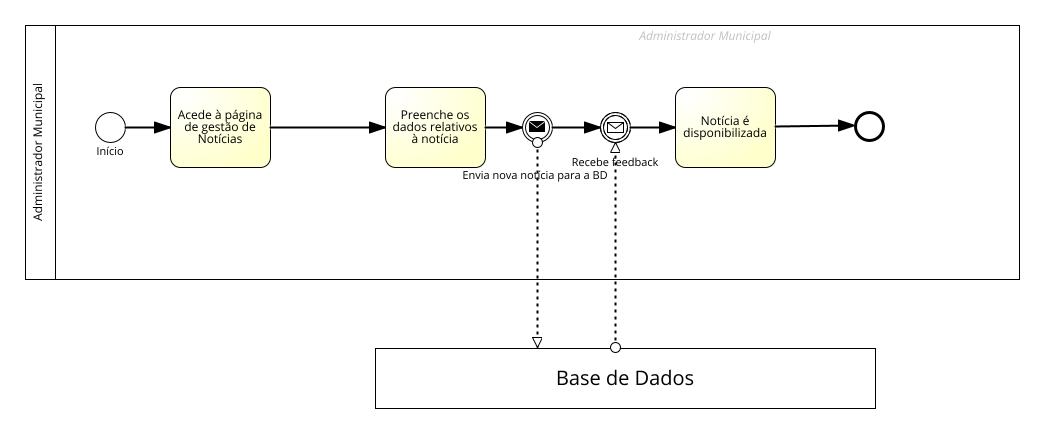
Before: BPMNs/Noticias/Images/RFN1.png, a diagram exported from BPMN (Municip-io-org/Municip.io). Its source is kept beside it as BPMNs/Noticias/RFN1.bpmn. Ids are renumbered.
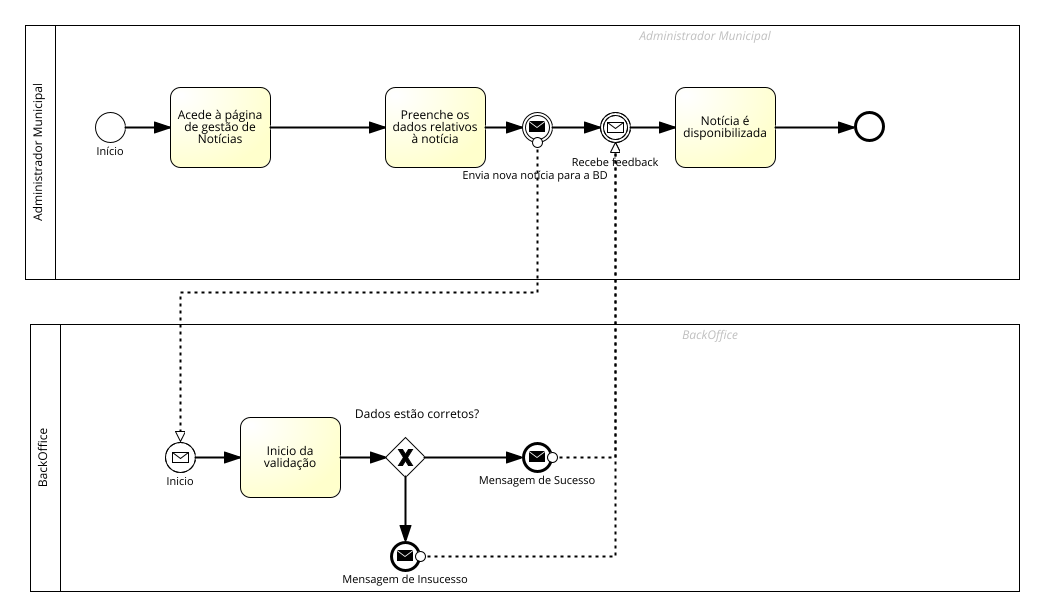
The same file after the commit.

The edit, as a diff of the source:
```diff
@@ -1,3 +1,3 @@
-<?xml version="1.0" encoding="UTF-8"?><definitions xmlns="http://www.omg.org/spec/BPMN/20100524/MODEL" xmlns:bpmndi="http://www.omg.org/spec/BPMN/20100524/DI" xmlns:omgdc="http://www.omg.org/spec/DD/20100524/DC" xmlns:omgdi="http://www.omg.org/spec/DD/20100524/DI" xmlns:signavio="http://www.signavio.com" xmlns:xsi="http://www.w3.org/2001/XMLSchema-instance" exporter="Signavio Process Editor, http://www.signavio.com" exporterVersion="17.9.0" expressionLanguage="http://www.w3.org/TR/XPath" id="sid-4dd7f2a3-5fba-40e6-9d5b-0bfffac87da0" targetNamespace="http://www.signavio.com" typeLanguage="http://www.w3.org/2001/XMLSchema" xsi:schemaLocation="http://www.omg.org/spec/BPMN/20100524/MODEL http://www.omg.org/spec/BPMN/2.0/20100501/BPMN20.xsd">
-   <collaboration id="sid-befba8bf-5fcd-445f-8a0f-0e3a3229c1b9">
+<?xml version="1.0" encoding="UTF-8"?><definitions xmlns="http://www.omg.org/spec/BPMN/20100524/MODEL" xmlns:bpmndi="http://www.omg.org/spec/BPMN/20100524/DI" xmlns:omgdc="http://www.omg.org/spec/DD/20100524/DC" xmlns:omgdi="http://www.omg.org/spec/DD/20100524/DI" xmlns:signavio="http://www.signavio.com" xmlns:xsi="http://www.w3.org/2001/XMLSchema-instance" exporter="Signavio Process Editor, http://www.signavio.com" exporterVersion="17.15.0" expressionLanguage="http://www.w3.org/TR/XPath" id="sid-4dd7f2a3-5fba-40e6-9d5b-0bfffac87da0" targetNamespace="http://www.signavio.com" typeLanguage="http://www.w3.org/2001/XMLSchema" xsi:schemaLocation="http://www.omg.org/spec/BPMN/20100524/MODEL http://www.omg.org/spec/BPMN/2.0/20100501/BPMN20.xsd">
+   <collaboration id="sid-9cc5a86e-957e-40d1-94e0-1dd216500241">
       <extensionElements>
@@ -7,3 +7,3 @@
          <signavio:signavioDiagramMetaData metaKey="meta-processowner" metaValue=""/>
-         <signavio:signavioDiagramMetaData metaKey="revisionid" metaValue="48b14fd833584cec989cf34111dc3d10"/>
+         <signavio:signavioDiagramMetaData metaKey="revisionid" metaValue="f65141044eaf41f7bc8026ab637b868c"/>
       </extensionElements>
@@ -15,3 +15,3 @@
       </participant>
-      <participant id="sid-15A93E86-8013-4BD7-87D2-C8F8936AB323" name="Base de Dados">
+      <participant id="sid-1D8AAA29-5FD7-411A-911C-3F0BC414E410" name="BackOffice" processRef="sid-4F59E17D-ADA7-4A76-8ED3-42C73874C2F3">
          <extensionElements>
@@ -21,3 +21,3 @@
       </participant>
-      <messageFlow id="sid-EBE7E81C-15A4-450B-9451-69A68AFB99DA" name="" sourceRef="sid-9E582533-90B9-41A1-8901-E6BDBCE4A633" targetRef="sid-15A93E86-8013-4BD7-87D2-C8F8936AB323">
+      <messageFlow id="sid-52DB5330-09F2-4551-9A05-E32FDBAF5CE8" name="" sourceRef="sid-C3E43F00-D56E-43E7-B4CF-5E26D0BE2E45" targetRef="sid-C0E6F5C5-2F8D-4272-8E2C-BD72884A7BB3">
          <extensionElements>
@@ -26,3 +26,8 @@
       </messageFlow>
-      <messageFlow id="sid-6E976A24-0670-4A5E-9B4C-0463D40D8926" name="" sourceRef="sid-15A93E86-8013-4BD7-87D2-C8F8936AB323" targetRef="sid-C0E6F5C5-2F8D-4272-8E2C-BD72884A7BB3">
+      <messageFlow id="sid-FA801DFB-2E76-4CAE-A629-0805C1F96A35" name="" sourceRef="sid-EAE5A2DC-1B7B-4450-8DF0-A23198B89A9F" targetRef="sid-C0E6F5C5-2F8D-4272-8E2C-BD72884A7BB3">
+         <extensionElements>
+            <signavio:signavioMetaData metaKey="bordercolor" metaValue="#000000"/>
+         </extensionElements>
+      </messageFlow>
+      <messageFlow id="sid-42C02140-3A0E-4F8E-8497-8DB7FD48AA2F" name="" sourceRef="sid-9E582533-90B9-41A1-8901-E6BDBCE4A633" targetRef="sid-2E618EE3-78A3-4D63-A00E-4643110E3C3F">
          <extensionElements>
@@ -34,3 +39,3 @@
       <extensionElements/>
-      <laneSet id="sid-d7ab1929-beec-4f9a-96b1-ccf376e1db17">
+      <laneSet id="sid-f82eef96-c8cb-464b-9ee0-f6afa729652d">
          <lane id="sid-E4AD8B47-EEA8-4F4E-BC90-DE4E019B9808">
@@ -112,3 +117,3 @@
          <outgoing>sid-6F3B26FF-E325-491F-9874-9B5EAC8F8341</outgoing>
-         <messageEventDefinition id="sid-8267a8fe-ce0e-451d-8782-9006a7dd5152"/>
+         <messageEventDefinition id="sid-2bf0d807-23e0-4bd1-9d09-e1691ab9fbdd"/>
       </intermediateThrowEvent>
@@ -122,3 +127,3 @@
          <outgoing>sid-8077326F-C190-4495-81CE-3D5E703B6A17</outgoing>
-         <messageEventDefinition id="sid-6eba6a02-4f67-463b-aadc-75fff97c4d70"/>
+         <messageEventDefinition id="sid-f7611881-3b27-4fcb-a4cf-8009b32fcb17"/>
       </intermediateCatchEvent>
@@ -155,7 +160,93 @@
    </process>
-   <bpmndi:BPMNDiagram id="sid-1a5de22c-a1db-4c84-b700-d263250e3480">
-      <bpmndi:BPMNPlane bpmnElement="sid-befba8bf-5fcd-445f-8a0f-0e3a3229c1b9" id="sid-ab571615-1aa9-4a92-83a3-7edfb950d6ac">
+   <process id="sid-4F59E17D-ADA7-4A76-8ED3-42C73874C2F3" isClosed="false" isExecutable="false" name="BackOffice" processType="None">
+      <extensionElements/>
+      <laneSet id="sid-5ea70b03-3103-42c8-9442-d953c45947d6">
+         <lane id="sid-8BC972DD-B984-45D2-B999-EED3C5859F39">
+            <extensionElements>
+               <signavio:signavioMetaData metaKey="bgcolor" metaValue=""/>
+               <signavio:signavioMetaData metaKey="bordercolor" metaValue="#000000"/>
+            </extensionElements>
+            <flowNodeRef>sid-2E618EE3-78A3-4D63-A00E-4643110E3C3F</flowNodeRef>
+            <flowNodeRef>sid-559E89D5-FB93-4569-A2A3-2576FEB60EC5</flowNodeRef>
+            <flowNodeRef>sid-D6AE2467-7190-42B9-A4A8-3A5F07F9198B</flowNodeRef>
+            <flowNodeRef>sid-EAE5A2DC-1B7B-4450-8DF0-A23198B89A9F</flowNodeRef>
+            <flowNodeRef>sid-C3E43F00-D56E-43E7-B4CF-5E26D0BE2E45</flowNodeRef>
+         </lane>
+      </laneSet>
+      <startEvent id="sid-2E618EE3-78A3-4D63-A00E-4643110E3C3F" isInterrupting="true" name="Inicio">
+         <extensionElements>
+            <signavio:signavioMetaData metaKey="bgcolor" metaValue="#ffffff"/>
+            <signavio:signavioMetaData metaKey="bordercolor" metaValue="#000000"/>
+            <signavio:signavioMetaData metaKey="vorgngerprozesse" metaValue=""/>
+         </extensionElements>
+         <outgoing>sid-E054F3E1-8D85-4368-82F9-8597814AB3B3</outgoing>
+         <messageEventDefinition id="sid-0348dc8d-3495-4a46-940b-44472b129637"/>
+      </startEvent>
+      <task completionQuantity="1" id="sid-559E89D5-FB93-4569-A2A3-2576FEB60EC5" isForCompensation="false" name="Inicio da validação" startQuantity="1">
+         <extensionElements>
+            <signavio:signavioMetaData metaKey="bgcolor" metaValue="#ffffcc"/>
+            <signavio:signavioMetaData metaKey="bordercolor" metaValue="#000000"/>
+            <signavio:signavioMetaData metaKey="erteiltfreigabe" metaValue=""/>
+            <signavio:signavioMetaData metaKey="meta-risks" metaValue=""/>
+            <signavio:signavioMetaData metaKey="wirdkonsultiert" metaValue=""/>
+            <signavio:signavioMetaData metaKey="externaldocuments" metaValue=""/>
+            <signavio:signavioMetaData metaKey="wirdinformiert" metaValue=""/>
+         </extensionElements>
+         <incoming>sid-E054F3E1-8D85-4368-82F9-8597814AB3B3</incoming>
+         <outgoing>sid-29D03E64-7370-4141-8FF1-251C6E3097A3</outgoing>
+      </task>
+      <exclusiveGateway gatewayDirection="Diverging" id="sid-D6AE2467-7190-42B9-A4A8-3A5F07F9198B" name="Dados estão corretos? ">
+         <extensionElements>
+            <signavio:signavioMetaData metaKey="bgcolor" metaValue="#ffffff"/>
+            <signavio:signavioMetaData metaKey="bordercolor" metaValue="#000000"/>
+            <signavio:signavioLabel align="center" ref="text_name" valign="middle" x="32.0" y="-23.0"/>
+         </extensionElements>
+         <incoming>sid-29D03E64-7370-4141-8FF1-251C6E3097A3</incoming>
+         <outgoing>sid-2CDF2DBF-9C93-4164-BB17-A6128BB78B6B</outgoing>
+         <outgoing>sid-D1425B68-AC43-446C-A056-CA93436EDA39</outgoing>
+      </exclusiveGateway>
+      <endEvent id="sid-EAE5A2DC-1B7B-4450-8DF0-A23198B89A9F" name="Mensagem de Insucesso">
+         <extensionElements>
+            <signavio:signavioMetaData metaKey="bgcolor" metaValue="#ffffff"/>
+            <signavio:signavioMetaData metaKey="bordercolor" metaValue="#000000"/>
+            <signavio:signavioMetaData metaKey="nachfolgerprozesse" metaValue=""/>
+         </extensionElements>
+         <incoming>sid-D1425B68-AC43-446C-A056-CA93436EDA39</incoming>
+         <messageEventDefinition id="sid-9426e1b2-d34e-4135-b76b-ae626ee7bb2d"/>
+      </endEvent>
+      <endEvent id="sid-C3E43F00-D56E-43E7-B4CF-5E26D0BE2E45" name="Mensagem de Sucesso">
+         <extensionElements>
+            <signavio:signavioMetaData metaKey="bgcolor" metaValue="#ffffff"/>
+            <signavio:signavioMetaData metaKey="bordercolor" metaValue="#000000"/>
+            <signavio:signavioMetaData metaKey="nachfolgerprozesse" metaValue="[]"/>
+         </extensionElements>
+         <incoming>sid-2CDF2DBF-9C93-4164-BB17-A6128BB78B6B</incoming>
+         <messageEventDefinition id="sid-89e7a726-98af-4efc-864e-a44ca428c8c8"/>
+      </endEvent>
+      <sequenceFlow id="sid-E054F3E1-8D85-4368-82F9-8597814AB3B3" name="" sourceRef="sid-2E618EE3-78A3-4D63-A00E-4643110E3C3F" targetRef="sid-559E89D5-FB93-4569-A2A3-2576FEB60EC5">
+         <extensionElements>
+            <signavio:signavioMetaData metaKey="bordercolor" metaValue="#000000"/>
+         </extensionElements>
+      </sequenceFlow>
+      <sequenceFlow id="sid-29D03E64-7370-4141-8FF1-251C6E3097A3" name="" sourceRef="sid-559E89D5-FB93-4569-A2A3-2576FEB60EC5" targetRef="sid-D6AE2467-7190-42B9-A4A8-3A5F07F9198B">
+         <extensionElements>
+            <signavio:signavioMetaData metaKey="bordercolor" metaValue="#000000"/>
+         </extensionElements>
+      </sequenceFlow>
+      <sequenceFlow id="sid-2CDF2DBF-9C93-4164-BB17-A6128BB78B6B" name="" sourceRef="sid-D6AE2467-7190-42B9-A4A8-3A5F07F9198B" targetRef="sid-C3E43F00-D56E-43E7-B4CF-5E26D0BE2E45">
+         <extensionElements>
+            <signavio:signavioMetaData metaKey="bordercolor" metaValue="#000000"/>
+         </extensionElements>
+      </sequenceFlow>
+      <sequenceFlow id="sid-D1425B68-AC43-446C-A056-CA93436EDA39" name="" sourceRef="sid-D6AE2467-7190-42B9-A4A8-3A5F07F9198B" targetRef="sid-EAE5A2DC-1B7B-4450-8DF0-A23198B89A9F">
+         <extensionElements>
+            <signavio:signavioMetaData metaKey="bordercolor" metaValue="#000000"/>
+         </extensionElements>
+      </sequenceFlow>
+   </process>
+   <bpmndi:BPMNDiagram id="sid-61d4dc5f-7f9a-467b-93ab-9d64dc6daf9b">
+      <bpmndi:BPMNPlane bpmnElement="sid-9cc5a86e-957e-40d1-94e0-1dd216500241" id="sid-27796240-0d3f-40e7-9525-e0a1720c162f">
          <bpmndi:BPMNShape bpmnElement="sid-C733514D-823D-4819-8732-989D73A9776D" id="sid-C733514D-823D-4819-8732-989D73A9776D_gui" isHorizontal="true">
             <omgdc:Bounds height="253.99999925494194" width="993.9999983012676" x="160.0" y="257.0"/>
-            <bpmndi:BPMNLabel labelStyle="sid-7a4869b2-22f7-4485-a570-0b68f04a115f">
+            <bpmndi:BPMNLabel labelStyle="sid-d43920dd-a756-4f05-9c01-660a9e5bf487">
                <omgdc:Bounds height="128.05714416503906" width="12.000000000000028" x="165.00000037252903" y="319.97142754495144"/>
@@ -163,6 +254,6 @@
          </bpmndi:BPMNShape>
-         <bpmndi:BPMNShape bpmnElement="sid-15A93E86-8013-4BD7-87D2-C8F8936AB323" id="sid-15A93E86-8013-4BD7-87D2-C8F8936AB323_gui" isHorizontal="true">
-            <omgdc:Bounds height="60.0" width="500.0" x="510.0" y="580.0"/>
-            <bpmndi:BPMNLabel labelStyle="sid-7a4869b2-22f7-4485-a570-0b68f04a115f">
-               <omgdc:Bounds height="20.0" width="136.28570556640625" x="691.8571472167969" y="597.0"/>
+         <bpmndi:BPMNShape bpmnElement="sid-1D8AAA29-5FD7-411A-911C-3F0BC414E410" id="sid-1D8AAA29-5FD7-411A-911C-3F0BC414E410_gui" isHorizontal="true">
+            <omgdc:Bounds height="266.99999974668026" width="989.000010371208" x="164.99998793005966" y="555.9999992549419"/>
+            <bpmndi:BPMNLabel labelStyle="sid-d43920dd-a756-4f05-9c01-660a9e5bf487">
+               <omgdc:Bounds height="55.54286193847656" width="12.0" x="169.99998805671953" y="661.7285681590438"/>
             </bpmndi:BPMNLabel>
@@ -174,3 +265,3 @@
             <omgdc:Bounds height="80.0" width="100.0" x="305.0" y="319.0"/>
-            <bpmndi:BPMNLabel labelStyle="sid-7a4869b2-22f7-4485-a570-0b68f04a115f">
+            <bpmndi:BPMNLabel labelStyle="sid-d43920dd-a756-4f05-9c01-660a9e5bf487">
                <omgdc:Bounds height="36.0" width="83.31428527832031" x="313.34285736083984" y="339.0"/>
@@ -180,3 +271,3 @@
             <omgdc:Bounds height="80.0" width="100.0" x="520.0" y="319.0"/>
-            <bpmndi:BPMNLabel labelStyle="sid-7a4869b2-22f7-4485-a570-0b68f04a115f">
+            <bpmndi:BPMNLabel labelStyle="sid-d43920dd-a756-4f05-9c01-660a9e5bf487">
                <omgdc:Bounds height="36.0" width="82.5428466796875" x="528.7285766601562" y="339.0"/>
@@ -186,3 +277,3 @@
             <omgdc:Bounds height="80.0" width="100.0" x="809.9999879300597" y="319.0"/>
-            <bpmndi:BPMNLabel labelStyle="sid-7a4869b2-22f7-4485-a570-0b68f04a115f">
+            <bpmndi:BPMNLabel labelStyle="sid-d43920dd-a756-4f05-9c01-660a9e5bf487">
                <omgdc:Bounds height="24.0" width="77.9142837524414" x="821.042846053839" y="345.0"/>
@@ -192,3 +283,3 @@
             <omgdc:Bounds height="30.0" width="30.0" x="230.0" y="344.0"/>
-            <bpmndi:BPMNLabel labelStyle="sid-4d5ecaea-7382-4eea-9d76-63d17b220264">
+            <bpmndi:BPMNLabel labelStyle="sid-a6185a93-1085-4789-8838-0c16b7a42d24">
                <omgdc:Bounds height="11.0" width="29.700000762939453" x="230.14999961853027" y="376.0"/>
@@ -197,3 +288,3 @@
          <bpmndi:BPMNShape bpmnElement="sid-9B4BFE13-EBF1-44BE-9351-EF4F2C384482" id="sid-9B4BFE13-EBF1-44BE-9351-EF4F2C384482_gui">
-            <omgdc:Bounds height="26.0" width="26.0" x="989.9999852478506" y="344.0"/>
+            <omgdc:Bounds height="30.0" width="30.0" x="989.9999852478506" y="344.0"/>
          </bpmndi:BPMNShape>
@@ -201,3 +292,3 @@
             <omgdc:Bounds height="30.0" width="30.0" x="656.9999902099372" y="343.9999948740006"/>
-            <bpmndi:BPMNLabel labelStyle="sid-4d5ecaea-7382-4eea-9d76-63d17b220264">
+            <bpmndi:BPMNLabel labelStyle="sid-a6185a93-1085-4789-8838-0c16b7a42d24">
                <omgdc:Bounds height="11.0" width="146.37857055664062" x="596.8107049316169" y="399.9999948740006"/>
@@ -207,4 +298,37 @@
             <omgdc:Bounds height="30.0" width="30.0" x="734.9999879300597" y="344.0"/>
-            <bpmndi:BPMNLabel labelStyle="sid-4d5ecaea-7382-4eea-9d76-63d17b220264">
+            <bpmndi:BPMNLabel labelStyle="sid-a6185a93-1085-4789-8838-0c16b7a42d24">
                <omgdc:Bounds height="11.0" width="82.7357177734375" x="708.6321290433409" y="387.0"/>
+            </bpmndi:BPMNLabel>
+         </bpmndi:BPMNShape>
+         <bpmndi:BPMNShape bpmnElement="sid-8BC972DD-B984-45D2-B999-EED3C5859F39" id="sid-8BC972DD-B984-45D2-B999-EED3C5859F39_gui" isHorizontal="true">
+            <omgdc:Bounds height="266.99999974668026" width="959.000010371208" x="194.99998793005966" y="555.9999992549419"/>
+         </bpmndi:BPMNShape>
+         <bpmndi:BPMNShape bpmnElement="sid-2E618EE3-78A3-4D63-A00E-4643110E3C3F" id="sid-2E618EE3-78A3-4D63-A00E-4643110E3C3F_gui">
+            <omgdc:Bounds height="30.0" width="30.0" x="300.0" y="673.9999992549419"/>
+            <bpmndi:BPMNLabel labelStyle="sid-a6185a93-1085-4789-8838-0c16b7a42d24">
+               <omgdc:Bounds height="11.0" width="25.45714569091797" x="302.271427154541" y="705.9999992549419"/>
+            </bpmndi:BPMNLabel>
+         </bpmndi:BPMNShape>
+         <bpmndi:BPMNShape bpmnElement="sid-559E89D5-FB93-4569-A2A3-2576FEB60EC5" id="sid-559E89D5-FB93-4569-A2A3-2576FEB60EC5_gui">
+            <omgdc:Bounds height="80.0" width="100.0" x="375.0" y="648.9999992549419"/>
+            <bpmndi:BPMNLabel labelStyle="sid-d43920dd-a756-4f05-9c01-660a9e5bf487">
+               <omgdc:Bounds height="24.0" width="50.91429138183594" x="399.54285430908203" y="674.9999992549419"/>
+            </bpmndi:BPMNLabel>
+         </bpmndi:BPMNShape>
+         <bpmndi:BPMNShape bpmnElement="sid-D6AE2467-7190-42B9-A4A8-3A5F07F9198B" id="sid-D6AE2467-7190-42B9-A4A8-3A5F07F9198B_gui" isMarkerVisible="true">
+            <omgdc:Bounds height="40.0" width="40.0" x="520.0" y="668.9999992549419"/>
+            <bpmndi:BPMNLabel labelStyle="sid-a6185a93-1085-4789-8838-0c16b7a42d24">
+               <omgdc:Bounds height="12.0" width="124.971435546875" x="489.5142822265625" y="637.9999992549419"/>
+            </bpmndi:BPMNLabel>
+         </bpmndi:BPMNShape>
+         <bpmndi:BPMNShape bpmnElement="sid-EAE5A2DC-1B7B-4450-8DF0-A23198B89A9F" id="sid-EAE5A2DC-1B7B-4450-8DF0-A23198B89A9F_gui">
+            <omgdc:Bounds height="28.0" width="28.0" x="526.0" y="773.9999992549419"/>
+            <bpmndi:BPMNLabel labelStyle="sid-a6185a93-1085-4789-8838-0c16b7a42d24">
+               <omgdc:Bounds height="11.0" width="121.62857055664062" x="479.1857147216797" y="803.9999992549419"/>
+            </bpmndi:BPMNLabel>
+         </bpmndi:BPMNShape>
+         <bpmndi:BPMNShape bpmnElement="sid-C3E43F00-D56E-43E7-B4CF-5E26D0BE2E45" id="sid-C3E43F00-D56E-43E7-B4CF-5E26D0BE2E45_gui">
+            <omgdc:Bounds height="28.0" width="28.0" x="658.0" y="674.9999992549419"/>
+            <bpmndi:BPMNLabel labelStyle="sid-a6185a93-1085-4789-8838-0c16b7a42d24">
+               <omgdc:Bounds height="11.0" width="113.14286041259766" x="615.4285697937012" y="704.9999992549419"/>
             </bpmndi:BPMNLabel>
@@ -221,3 +345,3 @@
             <omgdi:waypoint x="909.9999879300597" y="359.0"/>
-            <omgdi:waypoint x="989.9999852478506" y="357.27956990053616"/>
+            <omgdi:waypoint x="989.9999852478506" y="359.0"/>
          </bpmndi:BPMNEdge>
@@ -235,15 +359,39 @@
          </bpmndi:BPMNEdge>
-         <bpmndi:BPMNEdge bpmnElement="sid-EBE7E81C-15A4-450B-9451-69A68AFB99DA" id="sid-EBE7E81C-15A4-450B-9451-69A68AFB99DA_gui">
-            <omgdi:waypoint x="671.9999902099372" y="373.9999948740006"/>
-            <omgdi:waypoint x="671.9999902099372" y="580.0"/>
+         <bpmndi:BPMNEdge bpmnElement="sid-E054F3E1-8D85-4368-82F9-8597814AB3B3" id="sid-E054F3E1-8D85-4368-82F9-8597814AB3B3_gui">
+            <omgdi:waypoint x="330.0" y="688.9999992549419"/>
+            <omgdi:waypoint x="375.0" y="688.9999992549419"/>
          </bpmndi:BPMNEdge>
-         <bpmndi:BPMNEdge bpmnElement="sid-6E976A24-0670-4A5E-9B4C-0463D40D8926" id="sid-6E976A24-0670-4A5E-9B4C-0463D40D8926_gui">
-            <omgdi:waypoint x="749.9999879300597" y="580.0"/>
+         <bpmndi:BPMNEdge bpmnElement="sid-29D03E64-7370-4141-8FF1-251C6E3097A3" id="sid-29D03E64-7370-4141-8FF1-251C6E3097A3_gui">
+            <omgdi:waypoint x="475.0" y="689.2164494713921"/>
+            <omgdi:waypoint x="520.0" y="689.4112546661974"/>
+         </bpmndi:BPMNEdge>
+         <bpmndi:BPMNEdge bpmnElement="sid-2CDF2DBF-9C93-4164-BB17-A6128BB78B6B" id="sid-2CDF2DBF-9C93-4164-BB17-A6128BB78B6B_gui">
+            <omgdi:waypoint x="560.0" y="689.4258547682499"/>
+            <omgdi:waypoint x="658.0" y="689.0532311941055"/>
+         </bpmndi:BPMNEdge>
+         <bpmndi:BPMNEdge bpmnElement="sid-D1425B68-AC43-446C-A056-CA93436EDA39" id="sid-D1425B68-AC43-446C-A056-CA93436EDA39_gui">
+            <omgdi:waypoint x="540.4010152284264" y="708.9999992549419"/>
+            <omgdi:waypoint x="540.0710659898477" y="773.9999992549419"/>
+         </bpmndi:BPMNEdge>
+         <bpmndi:BPMNEdge bpmnElement="sid-52DB5330-09F2-4551-9A05-E32FDBAF5CE8" id="sid-52DB5330-09F2-4551-9A05-E32FDBAF5CE8_gui">
+            <omgdi:waypoint x="686.0" y="688.9999992549419"/>
+            <omgdi:waypoint x="749.9999879300597" y="688.9999992549419"/>
             <omgdi:waypoint x="749.9999879300597" y="374.0"/>
          </bpmndi:BPMNEdge>
+         <bpmndi:BPMNEdge bpmnElement="sid-FA801DFB-2E76-4CAE-A629-0805C1F96A35" id="sid-FA801DFB-2E76-4CAE-A629-0805C1F96A35_gui">
+            <omgdi:waypoint x="554.0" y="787.9999992549419"/>
+            <omgdi:waypoint x="749.9999879300597" y="787.9999992549419"/>
+            <omgdi:waypoint x="749.9999879300597" y="374.0"/>
+         </bpmndi:BPMNEdge>
+         <bpmndi:BPMNEdge bpmnElement="sid-42C02140-3A0E-4F8E-8497-8DB7FD48AA2F" id="sid-42C02140-3A0E-4F8E-8497-8DB7FD48AA2F_gui">
+            <omgdi:waypoint x="671.9999902099372" y="373.9999948740006"/>
+            <omgdi:waypoint x="671.9999902099372" y="523.9999970644712"/>
+            <omgdi:waypoint x="315.0" y="523.9999970644712"/>
+            <omgdi:waypoint x="315.0" y="673.9999992549419"/>
+         </bpmndi:BPMNEdge>
       </bpmndi:BPMNPlane>
-      <bpmndi:BPMNLabelStyle id="sid-4d5ecaea-7382-4eea-9d76-63d17b220264">
+      <bpmndi:BPMNLabelStyle id="sid-a6185a93-1085-4789-8838-0c16b7a42d24">
          <omgdc:Font isBold="false" isItalic="false" isStrikeThrough="false" isUnderline="false" name="Arial" size="11.0"/>
       </bpmndi:BPMNLabelStyle>
-      <bpmndi:BPMNLabelStyle id="sid-7a4869b2-22f7-4485-a570-0b68f04a115f">
+      <bpmndi:BPMNLabelStyle id="sid-d43920dd-a756-4f05-9c01-660a9e5bf487">
          <omgdc:Font isBold="false" isItalic="false" isStrikeThrough="false" isUnderline="false" name="Arial" size="12.0"/>
```
